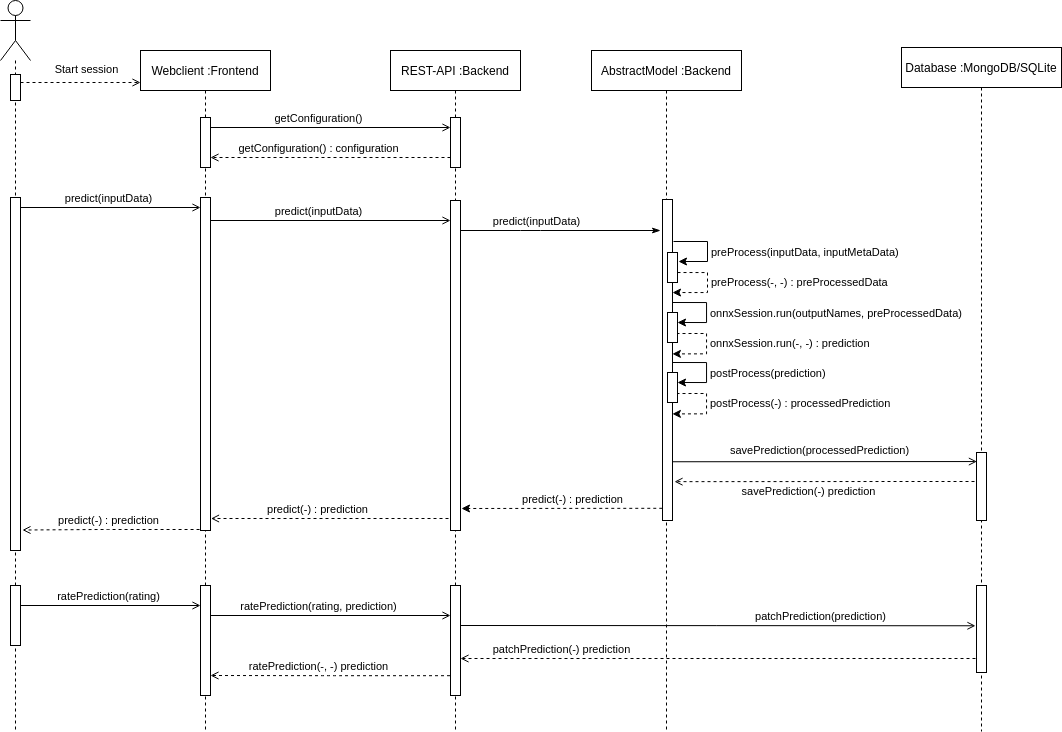
The draw.io diagram docs/images/sequence_diagram.png in loki344/ml-starter, before a commit. Source tidied: cells renumbered, new cells last; positions are measured from the earlier drawing's top-left corner, leaving out a move shared by most shapes.
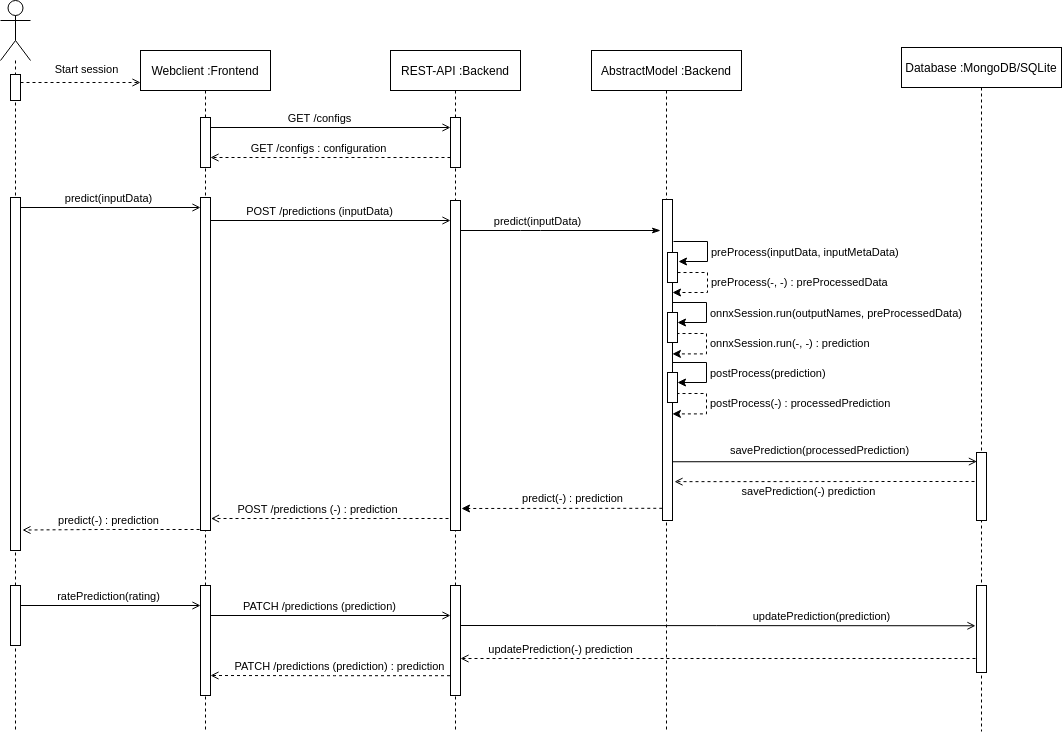
After the commit.

The edit, as a diff of the source:
```diff
@@ -53,7 +53,7 @@
         <mxPoint x="450" y="127" as="targetPoint" />
       </mxGeometry>
     </mxCell>
-    <mxCell id="18" value="getConfiguration()" style="edgeLabel;html=1;align=center;verticalAlign=middle;" parent="17" vertex="1">
+    <mxCell id="18" value="GET /configs" style="edgeLabel;html=1;align=center;verticalAlign=middle;" parent="17" vertex="1">
       <mxGeometry x="-0.31" y="3" relative="1" as="geometry">
         <mxPoint x="25" y="-7" as="offset" />
       </mxGeometry>
@@ -67,7 +67,7 @@
         </Array>
       </mxGeometry>
     </mxCell>
-    <mxCell id="20" value="getConfiguration() : configuration" style="edgeLabel;html=1;align=center;verticalAlign=middle;" parent="19" vertex="1">
+    <mxCell id="20" value="GET /configs : configuration" style="edgeLabel;html=1;align=center;verticalAlign=middle;" parent="19" vertex="1">
       <mxGeometry x="0.31" y="-2" relative="1" as="geometry">
         <mxPoint x="24" y="-8" as="offset" />
       </mxGeometry>
@@ -103,7 +103,7 @@
         <mxPoint x="450" y="220" as="targetPoint" />
       </mxGeometry>
     </mxCell>
-    <mxCell id="26" value="predict(inputData)" style="edgeLabel;html=1;align=center;verticalAlign=middle;" parent="25" vertex="1">
+    <mxCell id="26" value="POST /predictions (inputData)" style="edgeLabel;html=1;align=center;verticalAlign=middle;" parent="25" vertex="1">
       <mxGeometry x="-0.31" y="3" relative="1" as="geometry">
         <mxPoint x="25" y="-7" as="offset" />
       </mxGeometry>
@@ -211,7 +211,7 @@
         <mxPoint x="448" y="518" as="sourcePoint" />
       </mxGeometry>
     </mxCell>
-    <mxCell id="43" value="predict(-) : prediction" style="edgeLabel;html=1;align=center;verticalAlign=middle;" parent="42" vertex="1">
+    <mxCell id="43" value="POST /predictions (-)&amp;nbsp;: prediction" style="edgeLabel;html=1;align=center;verticalAlign=middle;" parent="42" vertex="1">
       <mxGeometry x="0.31" y="-2" relative="1" as="geometry">
         <mxPoint x="24" y="-8" as="offset" />
       </mxGeometry>
@@ -253,7 +253,7 @@
         <mxPoint x="450" y="615" as="targetPoint" />
       </mxGeometry>
     </mxCell>
-    <mxCell id="51" value="ratePrediction(rating, prediction)" style="edgeLabel;html=1;align=center;verticalAlign=middle;" parent="50" vertex="1">
+    <mxCell id="51" value="PATCH /predictions (prediction)" style="edgeLabel;html=1;align=center;verticalAlign=middle;" parent="50" vertex="1">
       <mxGeometry x="-0.31" y="3" relative="1" as="geometry">
         <mxPoint x="25" y="-7" as="offset" />
       </mxGeometry>
@@ -267,7 +267,7 @@
         </Array>
       </mxGeometry>
     </mxCell>
-    <mxCell id="53" value="patchPrediction(-) prediction" style="edgeLabel;html=1;align=center;verticalAlign=middle;" parent="52" vertex="1">
+    <mxCell id="53" value="updatePrediction(-) prediction" style="edgeLabel;html=1;align=center;verticalAlign=middle;" parent="52" vertex="1">
       <mxGeometry x="0.31" y="-2" relative="1" as="geometry">
         <mxPoint x="-78" y="-8" as="offset" />
       </mxGeometry>
@@ -277,7 +277,7 @@
         <mxPoint x="460" y="625" as="sourcePoint" />
       </mxGeometry>
     </mxCell>
-    <mxCell id="55" value="patchPrediction(prediction)" style="edgeLabel;html=1;align=center;verticalAlign=middle;" parent="54" vertex="1">
+    <mxCell id="55" value="updatePrediction(prediction)" style="edgeLabel;html=1;align=center;verticalAlign=middle;" parent="54" vertex="1">
       <mxGeometry x="-0.31" y="3" relative="1" as="geometry">
         <mxPoint x="183" y="-7" as="offset" />
       </mxGeometry>
@@ -291,9 +291,9 @@
         </Array>
       </mxGeometry>
     </mxCell>
-    <mxCell id="57" value="ratePrediction(-, -) prediction" style="edgeLabel;html=1;align=center;verticalAlign=middle;" parent="56" vertex="1">
+    <mxCell id="57" value="PATCH /predictions (prediction) : prediction" style="edgeLabel;html=1;align=center;verticalAlign=middle;" parent="56" vertex="1">
       <mxGeometry x="0.31" y="-2" relative="1" as="geometry">
-        <mxPoint x="24" y="-8" as="offset" />
+        <mxPoint x="46" y="-8" as="offset" />
       </mxGeometry>
     </mxCell>
     <mxCell id="58" style="html=1;verticalAlign=bottom;labelBackgroundColor=none;endArrow=open;endFill=0;dashed=1;entryX=1.2;entryY=0.879;entryDx=0;entryDy=0;entryPerimeter=0;" parent="1" edge="1" target="28">
```
